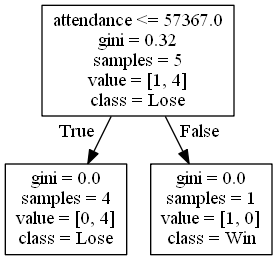
Above: DecisionTrees/Pac-12decision_tree_no_score0.png in alexana-steck/CSE482Project (Graphviz), before the change. Its source is kept beside it as DecisionTrees/Pac-12decision_tree_no_score0.dot. Its diagram source:
```dot
digraph Tree {
node [shape=box] ;
0 [label="attendance <= 57367.0\ngini = 0.32\nsamples = 5\nvalue = [1, 4]\nclass = Lose"] ;
1 [label="gini = 0.0\nsamples = 4\nvalue = [0, 4]\nclass = Lose"] ;
0 -> 1 [labeldistance=2.5, labelangle=45, headlabel="True"] ;
2 [label="gini = 0.0\nsamples = 1\nvalue = [1, 0]\nclass = Win"] ;
0 -> 2 [labeldistance=2.5, labelangle=-45, headlabel="False"] ;
}
```
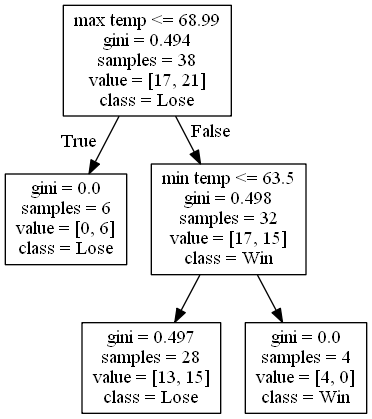
The same diagram one commit later.

Change to the diagram source:
```diff
@@ -1,8 +1,12 @@
 digraph Tree {
 node [shape=box] ;
-0 [label="attendance <= 57367.0\ngini = 0.32\nsamples = 5\nvalue = [1, 4]\nclass = Lose"] ;
-1 [label="gini = 0.0\nsamples = 4\nvalue = [0, 4]\nclass = Lose"] ;
+0 [label="max temp <= 68.99\ngini = 0.494\nsamples = 38\nvalue = [17, 21]\nclass = Lose"] ;
+1 [label="gini = 0.0\nsamples = 6\nvalue = [0, 6]\nclass = Lose"] ;
 0 -> 1 [labeldistance=2.5, labelangle=45, headlabel="True"] ;
-2 [label="gini = 0.0\nsamples = 1\nvalue = [1, 0]\nclass = Win"] ;
+2 [label="min temp <= 63.5\ngini = 0.498\nsamples = 32\nvalue = [17, 15]\nclass = Win"] ;
 0 -> 2 [labeldistance=2.5, labelangle=-45, headlabel="False"] ;
+3 [label="gini = 0.497\nsamples = 28\nvalue = [13, 15]\nclass = Lose"] ;
+2 -> 3 ;
+4 [label="gini = 0.0\nsamples = 4\nvalue = [4, 0]\nclass = Win"] ;
+2 -> 4 ;
 }
```
